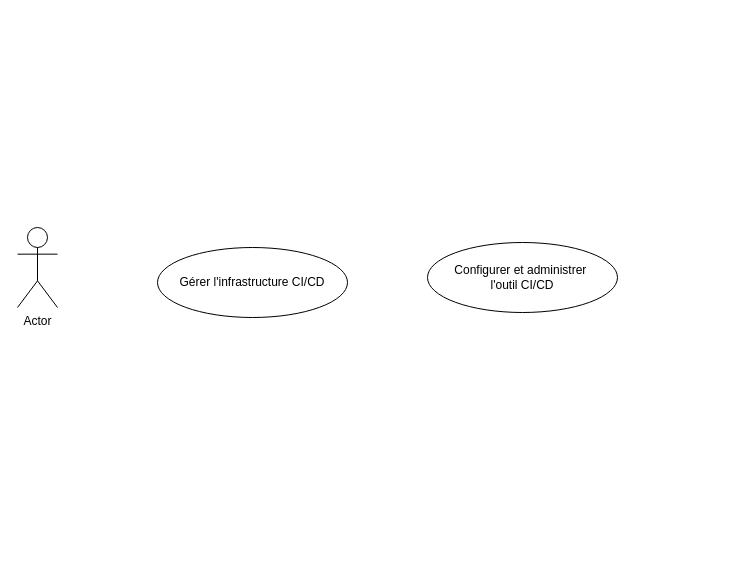
Before: page "Page-4" (11 of 13) of Diagramme sans nom.drawio in EmiraDga/CanvasAnimation, a draw.io diagram. Source tidied: cells renumbered, new cells numbered last; positions are measured from the earlier drawing's top-left corner, leaving out a move shared by most shapes. Both pictures are drawn from the tidied source at 100%, with x=0, y=0 at pixel (17, 227).
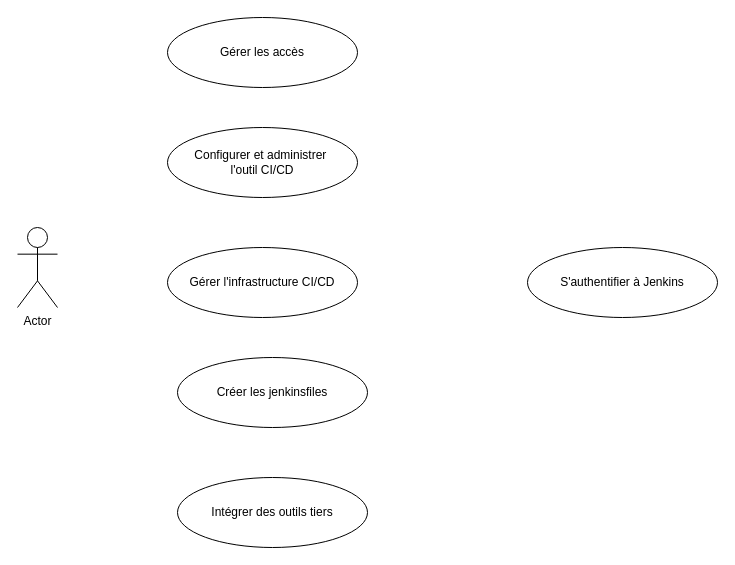
The same diagram, later.

Commit message (it also covers changes not shown here):
Mettre à jour Diagramme sans nom.drawio

What changed in the source:
```diff
@@
 <mxGraphModel>
   <root>
     <mxCell id="0" />
     <mxCell id="1" parent="0" />
     <mxCell id="2" value="Actor" style="shape=umlActor;verticalLabelPosition=bottom;verticalAlign=top;html=1;" parent="1" vertex="1">
       <mxGeometry width="40" height="80" as="geometry" />
     </mxCell>
     <mxCell id="3" value="Gérer l'infrastructure CI/CD" style="ellipse;whiteSpace=wrap;html=1;" parent="1" vertex="1">
-      <mxGeometry x="140" y="20" width="190" height="70" as="geometry" />
+      <mxGeometry x="150" y="20" width="190" height="70" as="geometry" />
     </mxCell>
     <mxCell id="4" value="&lt;div&gt;Configurer et administrer&amp;nbsp;&lt;/div&gt;&lt;div&gt;l'outil CI/CD&lt;/div&gt;" style="ellipse;whiteSpace=wrap;html=1;" parent="1" vertex="1">
-      <mxGeometry x="410" y="15" width="190" height="70" as="geometry" />
+      <mxGeometry x="150" y="-100" width="190" height="70" as="geometry" />
     </mxCell>
+    <mxCell id="5" value="Créer les jenkinsfiles" style="ellipse;whiteSpace=wrap;html=1;" parent="1" vertex="1">
+      <mxGeometry x="160" y="130" width="190" height="70" as="geometry" />
+    </mxCell>
+    <mxCell id="6" value="Gérer les accès" style="ellipse;whiteSpace=wrap;html=1;" parent="1" vertex="1">
+      <mxGeometry x="150" y="-210" width="190" height="70" as="geometry" />
+    </mxCell>
+    <mxCell id="7" value="Intégrer des outils tiers" style="ellipse;whiteSpace=wrap;html=1;" parent="1" vertex="1">
+      <mxGeometry x="160" y="250" width="190" height="70" as="geometry" />
+    </mxCell>
+    <mxCell id="8" value="S'authentifier à Jenkins" style="ellipse;whiteSpace=wrap;html=1;" parent="1" vertex="1">
+      <mxGeometry x="510" y="20" width="190" height="70" as="geometry" />
+    </mxCell>
   </root>
 </mxGraphModel>
```
